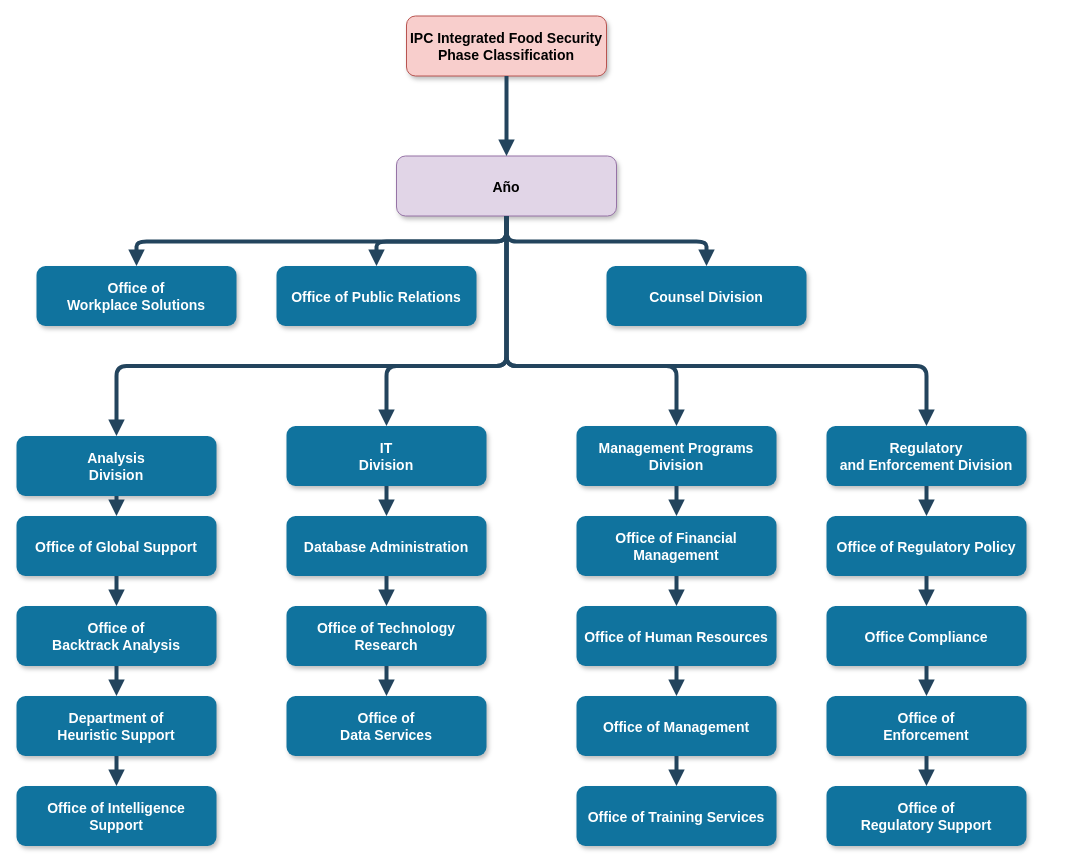
Above: Unbenanntes Diagramm.drawio in Andres1984/Andres.github.io (draw.io), before the change. Source tidied: cells renumbered, new cells numbered last; positions are measured from the earlier drawing's top-left corner, leaving out a move shared by most shapes. Both pictures are drawn from the tidied source at 100%, with x=0, y=0 at pixel (16, 16).
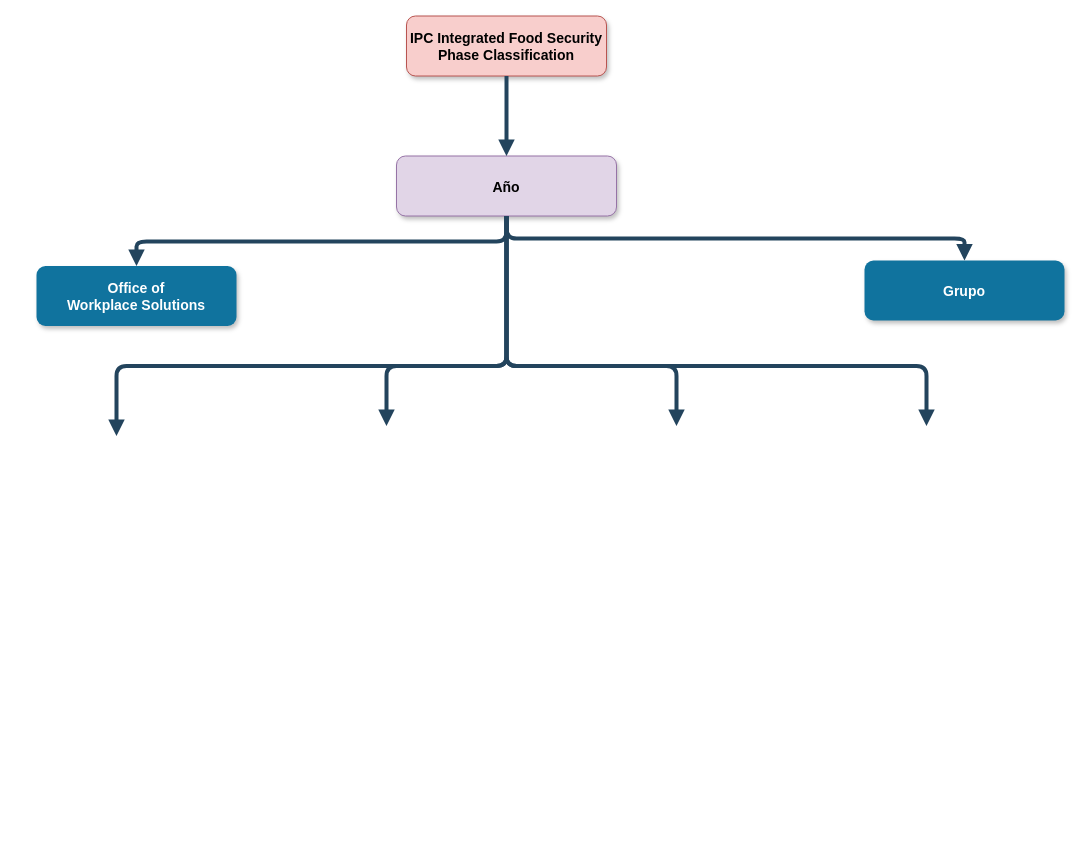
The same diagram, later.

The change refers to these unchanged cells:
```xml
<mxCell id="3" value="Año" style="rounded=1;fillColor=#e1d5e7;strokeColor=#9673a6;shadow=1;fontStyle=1;fontSize=14;" parent="1" vertex="1">
  <mxGeometry x="380" y="139.5" width="220" height="60" as="geometry" />
</mxCell>
```

Change to the diagram source:
```diff
@@
-    <mxCell id="5" value="Office of Public Relations" style="rounded=1;fillColor=#10739E;strokeColor=none;shadow=1;gradientColor=none;fontStyle=1;fontColor=#FFFFFF;fontSize=14;" parent="1" vertex="1">
-      <mxGeometry x="260" y="249.5" width="200" height="60" as="geometry" />
-    </mxCell>
-    <mxCell id="6" value="Counsel Division" style="rounded=1;fillColor=#10739E;strokeColor=none;shadow=1;gradientColor=none;fontStyle=1;fontColor=#FFFFFF;fontSize=14;" parent="1" vertex="1">
-      <mxGeometry x="590" y="249.5" width="200" height="60" as="geometry" />
+    <mxCell id="6" value="Grupo" style="rounded=1;fillColor=#10739E;strokeColor=none;shadow=1;gradientColor=none;fontStyle=1;fontColor=#FFFFFF;fontSize=14;" parent="1" vertex="1">
+      <mxGeometry x="848" y="244" width="200" height="60" as="geometry" />
     </mxCell>
-    <mxCell id="7" value="Analysis &#10;Division" style="rounded=1;fillColor=#10739E;strokeColor=none;shadow=1;gradientColor=none;fontStyle=1;fontColor=#FFFFFF;fontSize=14;" parent="1" vertex="1">
-      <mxGeometry y="419.5" width="200" height="60" as="geometry" />
-    </mxCell>
-    <mxCell id="8" value="Office of Global Support" style="rounded=1;fillColor=#10739E;strokeColor=none;shadow=1;gradientColor=none;fontStyle=1;fontColor=#FFFFFF;fontSize=14;" parent="1" vertex="1">
-      <mxGeometry y="499.5" width="200" height="60" as="geometry" />
-    </mxCell>
-    <mxCell id="9" value="Office of &#10;Backtrack Analysis" style="rounded=1;fillColor=#10739E;strokeColor=none;shadow=1;gradientColor=none;fontStyle=1;fontColor=#FFFFFF;fontSize=14;" parent="1" vertex="1">
-      <mxGeometry y="589.5" width="200" height="60" as="geometry" />
-    </mxCell>
-    <mxCell id="10" value="Department of &#10;Heuristic Support" style="rounded=1;fillColor=#10739E;strokeColor=none;shadow=1;gradientColor=none;fontStyle=1;fontColor=#FFFFFF;fontSize=14;" parent="1" vertex="1">
-      <mxGeometry y="679.5" width="200" height="60" as="geometry" />
-    </mxCell>
-    <mxCell id="11" value="Office of Intelligence &#10;Support" style="rounded=1;fillColor=#10739E;strokeColor=none;shadow=1;gradientColor=none;fontStyle=1;fontColor=#FFFFFF;fontSize=14;" parent="1" vertex="1">
-      <mxGeometry y="769.5" width="200" height="60" as="geometry" />
-    </mxCell>
-    <mxCell id="12" value="IT&#10;Division" style="rounded=1;fillColor=#10739E;strokeColor=none;shadow=1;gradientColor=none;fontStyle=1;fontColor=#FFFFFF;fontSize=14;" parent="1" vertex="1">
-      <mxGeometry x="270" y="409.5" width="200" height="60" as="geometry" />
-    </mxCell>
-    <mxCell id="13" value="Database Administration" style="rounded=1;fillColor=#10739E;strokeColor=none;shadow=1;gradientColor=none;fontStyle=1;fontColor=#FFFFFF;fontSize=14;" parent="1" vertex="1">
-      <mxGeometry x="270" y="499.5" width="200" height="60" as="geometry" />
-    </mxCell>
-    <mxCell id="14" value="Office of Technology &#10;Research" style="rounded=1;fillColor=#10739E;strokeColor=none;shadow=1;gradientColor=none;fontStyle=1;fontColor=#FFFFFF;fontSize=14;" parent="1" vertex="1">
-      <mxGeometry x="270" y="589.5" width="200" height="60" as="geometry" />
-    </mxCell>
-    <mxCell id="15" value="Office of&#10;Data Services" style="rounded=1;fillColor=#10739E;strokeColor=none;shadow=1;gradientColor=none;fontStyle=1;fontColor=#FFFFFF;fontSize=14;" parent="1" vertex="1">
-      <mxGeometry x="270" y="679.5" width="200" height="60" as="geometry" />
-    </mxCell>
-    <mxCell id="16" value="Management Programs &#10;Division" style="rounded=1;fillColor=#10739E;strokeColor=none;shadow=1;gradientColor=none;fontStyle=1;fontColor=#FFFFFF;fontSize=14;" parent="1" vertex="1">
-      <mxGeometry x="560" y="409.5" width="200" height="60" as="geometry" />
-    </mxCell>
-    <mxCell id="17" value="Office of Financial &#10;Management" style="rounded=1;fillColor=#10739E;strokeColor=none;shadow=1;gradientColor=none;fontStyle=1;fontColor=#FFFFFF;fontSize=14;" parent="1" vertex="1">
-      <mxGeometry x="560" y="499.5" width="200" height="60" as="geometry" />
-    </mxCell>
-    <mxCell id="18" value="Office of Human Resources" style="rounded=1;fillColor=#10739E;strokeColor=none;shadow=1;gradientColor=none;fontStyle=1;fontColor=#FFFFFF;fontSize=14;" parent="1" vertex="1">
-      <mxGeometry x="560" y="589.5" width="200" height="60" as="geometry" />
-    </mxCell>
-    <mxCell id="19" value="Office of Management " style="rounded=1;fillColor=#10739E;strokeColor=none;shadow=1;gradientColor=none;fontStyle=1;fontColor=#FFFFFF;fontSize=14;" parent="1" vertex="1">
-      <mxGeometry x="560" y="679.5" width="200" height="60" as="geometry" />
-    </mxCell>
-    <mxCell id="20" value="Office of Training Services" style="rounded=1;fillColor=#10739E;strokeColor=none;shadow=1;gradientColor=none;fontStyle=1;fontColor=#FFFFFF;fontSize=14;" parent="1" vertex="1">
-      <mxGeometry x="560" y="769.5" width="200" height="60" as="geometry" />
-    </mxCell>
-    <mxCell id="21" value="Regulatory &#10;and Enforcement Division" style="rounded=1;fillColor=#10739E;strokeColor=none;shadow=1;gradientColor=none;fontStyle=1;fontColor=#FFFFFF;fontSize=14;" parent="1" vertex="1">
-      <mxGeometry x="810" y="409.5" width="200" height="60" as="geometry" />
-    </mxCell>
-    <mxCell id="22" value="Office of Regulatory Policy" style="rounded=1;fillColor=#10739E;strokeColor=none;shadow=1;gradientColor=none;fontStyle=1;fontColor=#FFFFFF;fontSize=14;" parent="1" vertex="1">
-      <mxGeometry x="810" y="499.5" width="200" height="60" as="geometry" />
-    </mxCell>
-    <mxCell id="23" value="Office Compliance" style="rounded=1;fillColor=#10739E;strokeColor=none;shadow=1;gradientColor=none;fontStyle=1;fontColor=#FFFFFF;fontSize=14;" parent="1" vertex="1">
-      <mxGeometry x="810" y="589.5" width="200" height="60" as="geometry" />
-    </mxCell>
-    <mxCell id="24" value="Office of &#10;Enforcement" style="rounded=1;fillColor=#10739E;strokeColor=none;shadow=1;gradientColor=none;fontStyle=1;fontColor=#FFFFFF;fontSize=14;" parent="1" vertex="1">
-      <mxGeometry x="810" y="679.5" width="200" height="60" as="geometry" />
-    </mxCell>
-    <mxCell id="25" value="Office of&#10; Regulatory Support" style="rounded=1;fillColor=#10739E;strokeColor=none;shadow=1;gradientColor=none;fontStyle=1;fontColor=#FFFFFF;fontSize=14;" parent="1" vertex="1">
-      <mxGeometry x="810" y="769.5" width="200" height="60" as="geometry" />
-    </mxCell>
@@
-    <mxCell id="27" style="edgeStyle=elbowEdgeStyle;elbow=vertical;strokeWidth=4;endArrow=block;endFill=1;fontStyle=1;strokeColor=#23445D;" parent="1" edge="1" source="3" target="5">
-      <mxGeometry x="22" y="165.5" as="geometry" />
-    </mxCell>
@@
-    <mxCell id="30" style="edgeStyle=elbowEdgeStyle;elbow=vertical;strokeWidth=4;endArrow=block;endFill=1;fontStyle=1;strokeColor=#23445D;" parent="1" edge="1" source="3" target="7">
+    <mxCell id="30" style="edgeStyle=elbowEdgeStyle;elbow=vertical;strokeWidth=4;endArrow=block;endFill=1;fontStyle=1;strokeColor=#23445D;" parent="1" edge="1" source="3">
       <mxGeometry x="22" y="165.5" as="geometry">
+        <mxPoint x="100" y="419.5" as="targetPoint" />
         <Array as="points">
           <mxPoint x="270" y="349.5" />
         </Array>
       </mxGeometry>
     </mxCell>
-    <mxCell id="31" style="edgeStyle=elbowEdgeStyle;elbow=vertical;strokeWidth=4;endArrow=block;endFill=1;fontStyle=1;strokeColor=#23445D;" parent="1" edge="1" source="3" target="21">
+    <mxCell id="31" style="edgeStyle=elbowEdgeStyle;elbow=vertical;strokeWidth=4;endArrow=block;endFill=1;fontStyle=1;strokeColor=#23445D;" parent="1" edge="1" source="3">
       <mxGeometry x="22" y="165.5" as="geometry">
+        <mxPoint x="910" y="409.5" as="targetPoint" />
         <Array as="points">
           <mxPoint x="690" y="349.5" />
         </Array>
       </mxGeometry>
     </mxCell>
-    <mxCell id="32" style="edgeStyle=elbowEdgeStyle;elbow=vertical;strokeWidth=4;endArrow=block;endFill=1;fontStyle=1;strokeColor=#23445D;" parent="1" edge="1" source="7" target="8">
-      <mxGeometry x="62" y="165.5" as="geometry" />
-    </mxCell>
-    <mxCell id="33" style="edgeStyle=elbowEdgeStyle;elbow=vertical;strokeWidth=4;endArrow=block;endFill=1;fontStyle=1;strokeColor=#23445D;" parent="1" edge="1" source="8" target="9">
-      <mxGeometry x="62" y="175.5" as="geometry" />
-    </mxCell>
-    <mxCell id="34" style="edgeStyle=elbowEdgeStyle;elbow=vertical;strokeWidth=4;endArrow=block;endFill=1;fontStyle=1;strokeColor=#23445D;" parent="1" edge="1" source="9" target="10">
-      <mxGeometry x="62" y="185.5" as="geometry" />
-    </mxCell>
-    <mxCell id="35" style="edgeStyle=elbowEdgeStyle;elbow=vertical;strokeWidth=4;endArrow=block;endFill=1;fontStyle=1;strokeColor=#23445D;" parent="1" edge="1" source="10" target="11">
-      <mxGeometry x="62" y="195.5" as="geometry" />
-    </mxCell>
-    <mxCell id="36" style="edgeStyle=elbowEdgeStyle;elbow=vertical;strokeWidth=4;endArrow=block;endFill=1;fontStyle=1;strokeColor=#23445D;" parent="1" edge="1" source="12" target="13">
-      <mxGeometry x="62" y="165.5" as="geometry" />
-    </mxCell>
-    <mxCell id="37" style="edgeStyle=elbowEdgeStyle;elbow=vertical;strokeWidth=4;endArrow=block;endFill=1;fontStyle=1;strokeColor=#23445D;" parent="1" edge="1" source="13" target="14">
-      <mxGeometry x="62" y="175.5" as="geometry" />
-    </mxCell>
-    <mxCell id="38" style="edgeStyle=elbowEdgeStyle;elbow=vertical;strokeWidth=4;endArrow=block;endFill=1;fontStyle=1;strokeColor=#23445D;" parent="1" edge="1" source="14" target="15">
-      <mxGeometry x="62" y="185.5" as="geometry" />
-    </mxCell>
-    <mxCell id="39" style="edgeStyle=elbowEdgeStyle;elbow=vertical;strokeWidth=4;endArrow=block;endFill=1;fontStyle=1;strokeColor=#23445D;" parent="1" edge="1" source="16" target="17">
-      <mxGeometry x="72" y="165.5" as="geometry" />
-    </mxCell>
-    <mxCell id="40" style="edgeStyle=elbowEdgeStyle;elbow=vertical;strokeWidth=4;endArrow=block;endFill=1;fontStyle=1;strokeColor=#23445D;" parent="1" edge="1" source="17" target="18">
-      <mxGeometry x="72" y="175.5" as="geometry" />
-    </mxCell>
-    <mxCell id="41" style="edgeStyle=elbowEdgeStyle;elbow=vertical;strokeWidth=4;endArrow=block;endFill=1;fontStyle=1;strokeColor=#23445D;" parent="1" edge="1" source="18" target="19">
-      <mxGeometry x="72" y="185.5" as="geometry" />
-    </mxCell>
-    <mxCell id="42" style="edgeStyle=elbowEdgeStyle;elbow=vertical;strokeWidth=4;endArrow=block;endFill=1;fontStyle=1;strokeColor=#23445D;" parent="1" edge="1" source="19" target="20">
-      <mxGeometry x="72" y="195.5" as="geometry" />
-    </mxCell>
-    <mxCell id="43" style="edgeStyle=elbowEdgeStyle;elbow=vertical;strokeWidth=4;endArrow=block;endFill=1;fontStyle=1;strokeColor=#23445D;" parent="1" edge="1" source="21" target="22">
-      <mxGeometry x="72" y="165.5" as="geometry" />
-    </mxCell>
-    <mxCell id="44" style="edgeStyle=elbowEdgeStyle;elbow=vertical;strokeWidth=4;endArrow=block;endFill=1;fontStyle=1;strokeColor=#23445D;" parent="1" edge="1" source="22" target="23">
-      <mxGeometry x="72" y="175.5" as="geometry" />
-    </mxCell>
-    <mxCell id="45" style="edgeStyle=elbowEdgeStyle;elbow=vertical;strokeWidth=4;endArrow=block;endFill=1;fontStyle=1;strokeColor=#23445D;" parent="1" edge="1" source="23" target="24">
-      <mxGeometry x="72" y="185.5" as="geometry" />
-    </mxCell>
-    <mxCell id="46" style="edgeStyle=elbowEdgeStyle;elbow=vertical;strokeWidth=4;endArrow=block;endFill=1;fontStyle=1;strokeColor=#23445D;" parent="1" edge="1" source="24" target="25">
-      <mxGeometry x="72" y="195.5" as="geometry" />
-    </mxCell>
-    <mxCell id="47" style="edgeStyle=elbowEdgeStyle;elbow=vertical;strokeWidth=4;endArrow=block;endFill=1;fontStyle=1;strokeColor=#23445D;" parent="1" edge="1" source="3" target="12">
+    <mxCell id="47" style="edgeStyle=elbowEdgeStyle;elbow=vertical;strokeWidth=4;endArrow=block;endFill=1;fontStyle=1;strokeColor=#23445D;" parent="1" edge="1" source="3">
       <mxGeometry x="22" y="165.5" as="geometry">
+        <mxPoint x="370" y="409.5" as="targetPoint" />
         <Array as="points">
           <mxPoint x="370" y="349.5" />
         </Array>
       </mxGeometry>
     </mxCell>
-    <mxCell id="48" style="edgeStyle=elbowEdgeStyle;elbow=vertical;strokeWidth=4;endArrow=block;endFill=1;fontStyle=1;strokeColor=#23445D;" parent="1" edge="1" source="3" target="16">
+    <mxCell id="48" style="edgeStyle=elbowEdgeStyle;elbow=vertical;strokeWidth=4;endArrow=block;endFill=1;fontStyle=1;strokeColor=#23445D;" parent="1" edge="1" source="3">
       <mxGeometry x="22" y="165.5" as="geometry">
+        <mxPoint x="660" y="409.5" as="targetPoint" />
         <Array as="points">
           <mxPoint x="660" y="349.5" />
         </Array>
       </mxGeometry>
     </mxCell>
```
